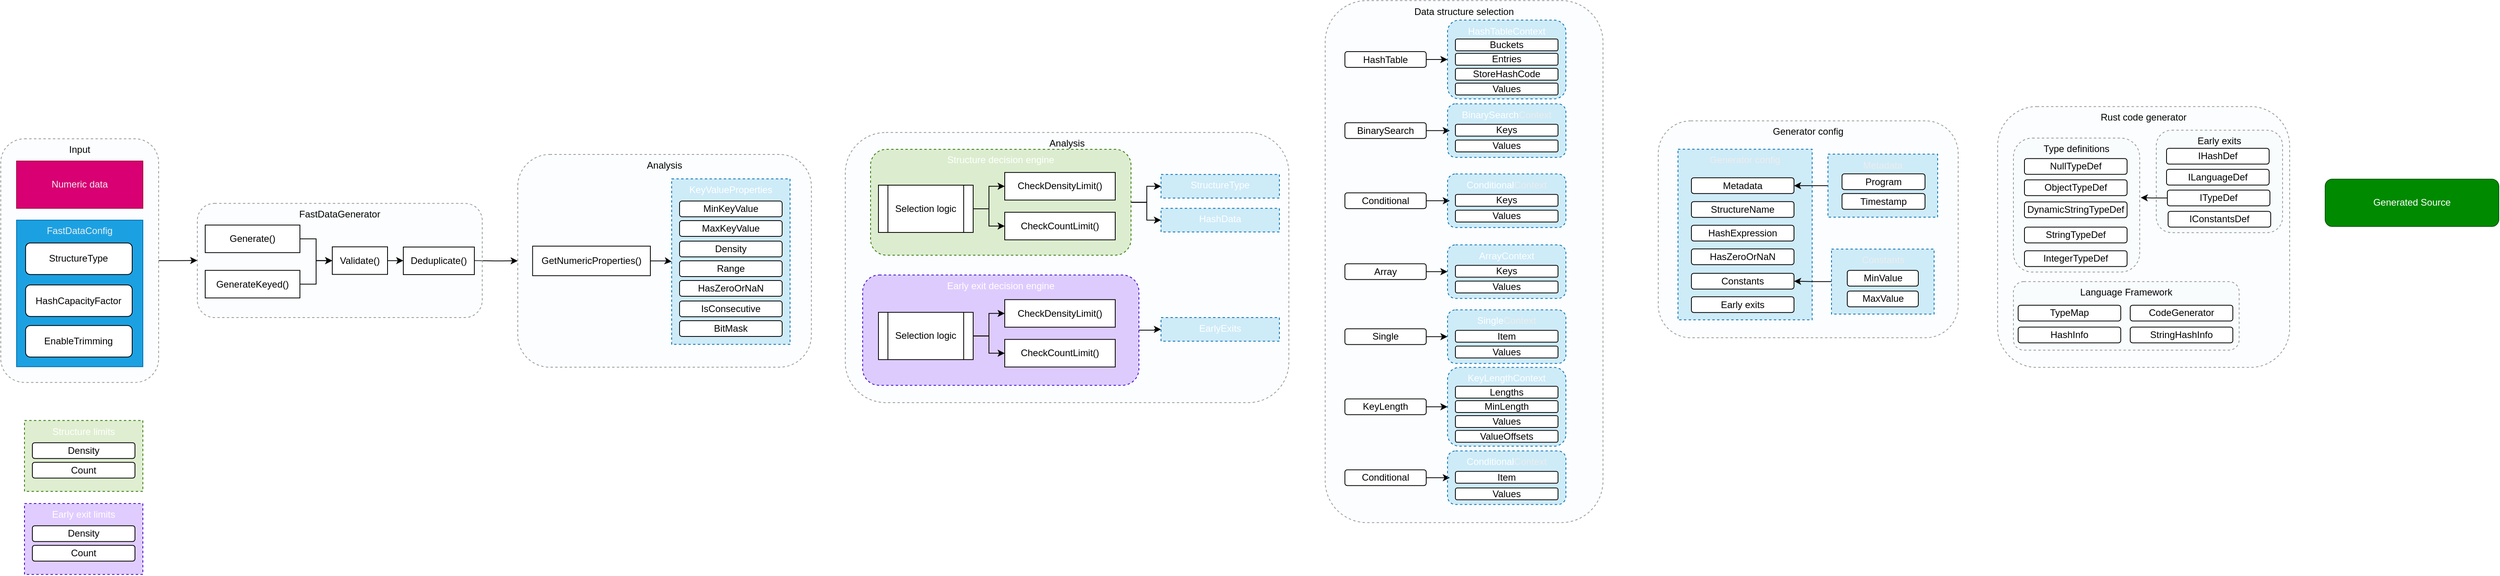
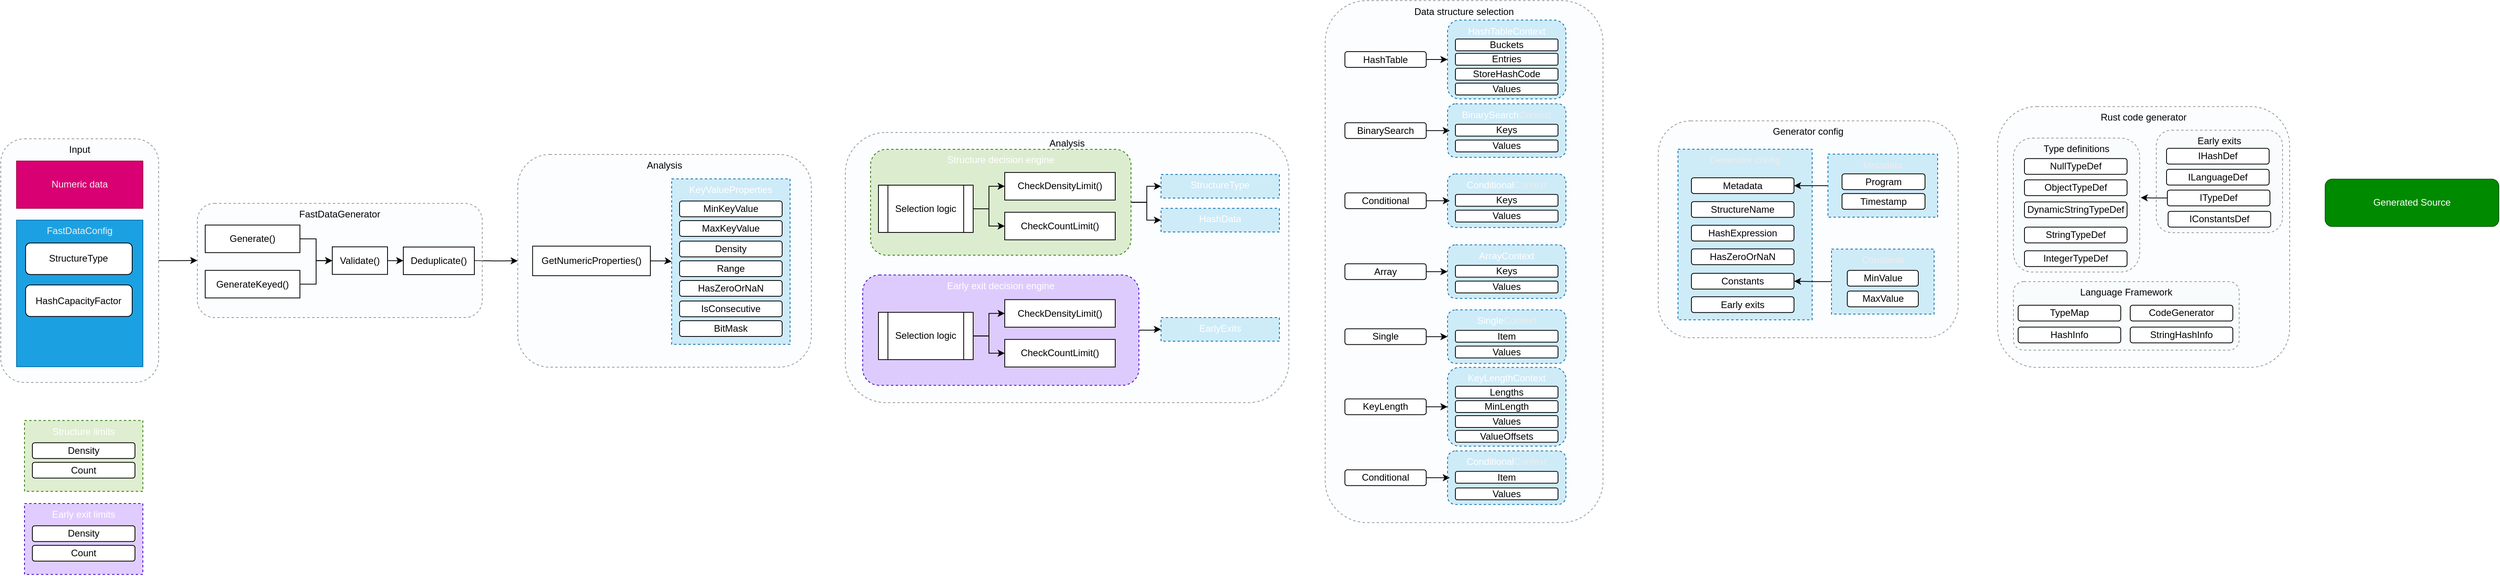
<mxfile host="Electron" agent="Mozilla/5.0 (Windows NT 10.0; Win64; x64) AppleWebKit/537.36 (KHTML, like Gecko) draw.io/29.5.2 Chrome/142.0.7444.265 Electron/39.6.1 Safari/537.36" version="29.5.2">
  <diagram id="components" name="Components">
    <mxGraphModel dx="4013" dy="2664" grid="1" gridSize="10" guides="1" tooltips="1" connect="1" arrows="1" fold="1" page="1" pageScale="1" pageWidth="2800" pageHeight="1900" math="0" shadow="0">
      <root>
        <mxCell id="0" />
        <mxCell id="1" parent="0" />
        <mxCell id="ulFWQ8rmnYkCg9cpMkj--116" parent="1" style="rounded=1;whiteSpace=wrap;html=1;strokeColor=#999999;fillColor=#eaf2fb;fillOpacity=20;dashed=1;fontColor=#000000;verticalAlign=top;" value="Analysis" vertex="1">
          <mxGeometry height="342.88" width="562" x="-300" y="-1312.88" as="geometry" />
        </mxCell>
        <mxCell id="ulFWQ8rmnYkCg9cpMkj--78" edge="1" parent="1" source="ulFWQ8rmnYkCg9cpMkj--77" style="edgeStyle=orthogonalEdgeStyle;rounded=0;orthogonalLoop=1;jettySize=auto;html=1;entryX=0;entryY=0.5;entryDx=0;entryDy=0;" target="hUysQQ9KYVmHQjwfBoQ5-416">
          <mxGeometry relative="1" as="geometry" />
        </mxCell>
        <mxCell id="ulFWQ8rmnYkCg9cpMkj--77" parent="1" style="rounded=1;whiteSpace=wrap;html=1;strokeColor=#999999;fillColor=#eaf2fb;fillOpacity=20;dashed=1;fontColor=#000000;verticalAlign=top;" value="Input" vertex="1">
          <mxGeometry height="309.25" width="200" x="-1370" y="-1304.8799999999999" as="geometry" />
        </mxCell>
        <mxCell id="hUysQQ9KYVmHQjwfBoQ5-637" parent="1" style="rounded=1;whiteSpace=wrap;html=1;strokeColor=#999999;fillColor=#eaf2fb;fillOpacity=20;dashed=1;fontColor=#000000;verticalAlign=top;movable=1;resizable=1;rotatable=1;deletable=1;editable=1;locked=0;connectable=1;" value="Rust code generator" vertex="1">
          <mxGeometry height="331.01" width="370" x="1160" y="-1345.7499999999998" as="geometry" />
        </mxCell>
        <mxCell id="N19zZhkSbhDnsZmjA9L3-223" parent="1" style="rounded=1;whiteSpace=wrap;html=1;strokeColor=#999999;fillColor=#eaf2fb;fillOpacity=20;dashed=1;fontColor=#000000;verticalAlign=top;movable=1;resizable=1;rotatable=1;deletable=1;editable=1;locked=0;connectable=1;" value="Language Framework" vertex="1">
          <mxGeometry height="87" width="286" x="1180" y="-1123.62" as="geometry" />
        </mxCell>
        <mxCell id="N19zZhkSbhDnsZmjA9L3-218" parent="1" style="rounded=1;whiteSpace=wrap;html=1;strokeColor=#999999;fillColor=#eaf2fb;fillOpacity=20;dashed=1;fontColor=#000000;verticalAlign=top;movable=1;resizable=1;rotatable=1;deletable=1;editable=1;locked=0;connectable=1;" value="Early exits" vertex="1">
          <mxGeometry height="130" width="160" x="1361" y="-1315.75" as="geometry" />
        </mxCell>
        <mxCell id="hUysQQ9KYVmHQjwfBoQ5-391" parent="1" style="rounded=1;whiteSpace=wrap;html=1;strokeColor=#999999;fillColor=#eaf2fb;fillOpacity=20;dashed=1;fontColor=#000000;verticalAlign=top;movable=1;resizable=1;rotatable=1;deletable=1;editable=1;locked=0;connectable=1;" value="Generator config" vertex="1">
          <mxGeometry height="275.25" width="380" x="730" y="-1327.62" as="geometry" />
        </mxCell>
        <mxCell id="77" parent="1" style="rounded=1;whiteSpace=wrap;html=1;fillColor=#008a00;strokeColor=#005700;fontColor=#ffffff;" value="Generated Source" vertex="1">
          <mxGeometry height="60" width="220" x="1575" y="-1253.6099999999997" as="geometry" />
        </mxCell>
        <mxCell id="ulFWQ8rmnYkCg9cpMkj--79" edge="1" parent="1" style="edgeStyle=orthogonalEdgeStyle;rounded=0;orthogonalLoop=1;jettySize=auto;html=1;entryX=0;entryY=0.5;entryDx=0;entryDy=0;" target="hUysQQ9KYVmHQjwfBoQ5-435">
          <mxGeometry relative="1" as="geometry">
            <mxPoint x="-775.0000000000005" y="-1150.428571428571" as="sourcePoint" />
          </mxGeometry>
        </mxCell>
        <mxCell id="hUysQQ9KYVmHQjwfBoQ5-416" parent="1" style="rounded=1;whiteSpace=wrap;html=1;strokeColor=#999999;fillColor=#eaf2fb;fillOpacity=20;dashed=1;fontColor=#000000;verticalAlign=top;" value="FastDataGenerator" vertex="1">
          <mxGeometry height="144.88" width="361" x="-1121" y="-1222.88" as="geometry" />
        </mxCell>
        <mxCell id="ulFWQ8rmnYkCg9cpMkj--83" edge="1" parent="1" source="hUysQQ9KYVmHQjwfBoQ5-424" style="edgeStyle=orthogonalEdgeStyle;rounded=0;orthogonalLoop=1;jettySize=auto;html=1;entryX=0;entryY=0.5;entryDx=0;entryDy=0;" target="ulFWQ8rmnYkCg9cpMkj--81">
          <mxGeometry relative="1" as="geometry" />
        </mxCell>
        <mxCell id="hUysQQ9KYVmHQjwfBoQ5-424" parent="1" style="rounded=0;whiteSpace=wrap;html=1;" value="Generate()" vertex="1">
          <mxGeometry height="35" width="120" x="-1111" y="-1195.3799999999999" as="geometry" />
        </mxCell>
        <mxCell id="ulFWQ8rmnYkCg9cpMkj--84" edge="1" parent="1" source="hUysQQ9KYVmHQjwfBoQ5-426" style="edgeStyle=orthogonalEdgeStyle;rounded=0;orthogonalLoop=1;jettySize=auto;html=1;entryX=0;entryY=0.5;entryDx=0;entryDy=0;" target="ulFWQ8rmnYkCg9cpMkj--81">
          <mxGeometry relative="1" as="geometry" />
        </mxCell>
        <mxCell id="hUysQQ9KYVmHQjwfBoQ5-426" parent="1" style="rounded=0;whiteSpace=wrap;html=1;" value="GenerateKeyed()" vertex="1">
          <mxGeometry height="35" width="120" x="-1111" y="-1137.8799999999999" as="geometry" />
        </mxCell>
        <mxCell id="hUysQQ9KYVmHQjwfBoQ5-556" parent="1" style="rounded=0;whiteSpace=wrap;html=1;strokeColor=#006EAF;fillColor=#1ba1e2;fillOpacity=20;dashed=1;fontColor=#ffffff;verticalAlign=top;movable=1;resizable=1;rotatable=1;deletable=1;editable=1;locked=0;connectable=1;" value="&lt;span style=&quot;color: rgb(237, 237, 237);&quot;&gt;Generator config&lt;/span&gt;" vertex="1">
          <mxGeometry height="216.51" width="170" x="755" y="-1291.62" as="geometry" />
        </mxCell>
        <mxCell id="hUysQQ9KYVmHQjwfBoQ5-557" parent="1" style="rounded=1;whiteSpace=wrap;fontColor=default;" value="HasZeroOrNaN" vertex="1">
          <mxGeometry height="20" width="130" x="772" y="-1165.11" as="geometry" />
        </mxCell>
        <mxCell id="hUysQQ9KYVmHQjwfBoQ5-558" parent="1" style="rounded=1;whiteSpace=wrap;fontColor=default;" value="StructureName" vertex="1">
          <mxGeometry height="20" width="130" x="772" y="-1225.11" as="geometry" />
        </mxCell>
        <mxCell id="hUysQQ9KYVmHQjwfBoQ5-559" parent="1" style="rounded=1;whiteSpace=wrap;fontColor=default;" value="Metadata" vertex="1">
          <mxGeometry height="20" width="130" x="772" y="-1255.36" as="geometry" />
        </mxCell>
        <mxCell id="hUysQQ9KYVmHQjwfBoQ5-560" parent="1" style="rounded=1;whiteSpace=wrap;fontColor=default;" value="HashExpression" vertex="1">
          <mxGeometry height="20" width="130" x="772" y="-1195.11" as="geometry" />
        </mxCell>
        <mxCell id="hUysQQ9KYVmHQjwfBoQ5-564" parent="1" style="rounded=1;whiteSpace=wrap;fontColor=default;" value="Early exits" vertex="1">
          <mxGeometry height="20" width="130" x="772" y="-1104.36" as="geometry" />
        </mxCell>
        <mxCell id="hUysQQ9KYVmHQjwfBoQ5-273" parent="1" style="rounded=1;whiteSpace=wrap;html=1;strokeColor=#999999;fillColor=#eaf2fb;fillOpacity=20;dashed=1;fontColor=#000000;verticalAlign=top;movable=1;resizable=1;rotatable=1;deletable=1;editable=1;locked=0;connectable=1;container=0;glass=0;" value="Data structure selection" vertex="1">
          <mxGeometry height="662.51" width="352" x="308" y="-1480.25" as="geometry" />
        </mxCell>
        <mxCell id="hUysQQ9KYVmHQjwfBoQ5-694" edge="1" parent="1" source="hUysQQ9KYVmHQjwfBoQ5-627" style="edgeStyle=orthogonalEdgeStyle;rounded=0;orthogonalLoop=1;jettySize=auto;html=1;entryX=0;entryY=0.5;entryDx=0;entryDy=0;" target="hUysQQ9KYVmHQjwfBoQ5-604">
          <mxGeometry relative="1" as="geometry" />
        </mxCell>
        <mxCell id="hUysQQ9KYVmHQjwfBoQ5-627" parent="1" style="rounded=1;whiteSpace=wrap;html=1;" value="HashTable" vertex="1">
          <mxGeometry height="20" width="103" x="333" y="-1415.5" as="geometry" />
        </mxCell>
        <mxCell id="hUysQQ9KYVmHQjwfBoQ5-695" edge="1" parent="1" source="hUysQQ9KYVmHQjwfBoQ5-629" style="edgeStyle=orthogonalEdgeStyle;rounded=0;orthogonalLoop=1;jettySize=auto;html=1;">
          <mxGeometry relative="1" as="geometry">
            <mxPoint x="466" y="-1315.25" as="targetPoint" />
          </mxGeometry>
        </mxCell>
        <mxCell id="hUysQQ9KYVmHQjwfBoQ5-629" parent="1" style="rounded=1;whiteSpace=wrap;html=1;" value="BinarySearch" vertex="1">
          <mxGeometry height="20" width="103" x="333" y="-1325.25" as="geometry" />
        </mxCell>
        <mxCell id="hUysQQ9KYVmHQjwfBoQ5-696" edge="1" parent="1" source="hUysQQ9KYVmHQjwfBoQ5-630" style="edgeStyle=orthogonalEdgeStyle;rounded=0;orthogonalLoop=1;jettySize=auto;html=1;">
          <mxGeometry relative="1" as="geometry">
            <mxPoint x="466" y="-1226.25" as="targetPoint" />
          </mxGeometry>
        </mxCell>
        <mxCell id="hUysQQ9KYVmHQjwfBoQ5-630" parent="1" style="rounded=1;whiteSpace=wrap;html=1;" value="Conditional" vertex="1">
          <mxGeometry height="20" width="103" x="333" y="-1236.25" as="geometry" />
        </mxCell>
        <mxCell id="hUysQQ9KYVmHQjwfBoQ5-697" edge="1" parent="1" source="hUysQQ9KYVmHQjwfBoQ5-631" style="edgeStyle=orthogonalEdgeStyle;rounded=0;orthogonalLoop=1;jettySize=auto;html=1;entryX=0;entryY=0.5;entryDx=0;entryDy=0;" target="hUysQQ9KYVmHQjwfBoQ5-675">
          <mxGeometry relative="1" as="geometry" />
        </mxCell>
        <mxCell id="hUysQQ9KYVmHQjwfBoQ5-631" parent="1" style="rounded=1;whiteSpace=wrap;html=1;" value="Array" vertex="1">
          <mxGeometry height="20" width="103" x="333" y="-1146.25" as="geometry" />
        </mxCell>
        <mxCell id="hUysQQ9KYVmHQjwfBoQ5-698" edge="1" parent="1" source="hUysQQ9KYVmHQjwfBoQ5-632" style="edgeStyle=orthogonalEdgeStyle;rounded=0;orthogonalLoop=1;jettySize=auto;html=1;entryX=0;entryY=0.5;entryDx=0;entryDy=0;" target="hUysQQ9KYVmHQjwfBoQ5-679">
          <mxGeometry relative="1" as="geometry" />
        </mxCell>
        <mxCell id="hUysQQ9KYVmHQjwfBoQ5-632" parent="1" style="rounded=1;whiteSpace=wrap;html=1;" value="Single" vertex="1">
          <mxGeometry height="20" width="103" x="333" y="-1063.74" as="geometry" />
        </mxCell>
        <mxCell id="hUysQQ9KYVmHQjwfBoQ5-699" edge="1" parent="1" source="hUysQQ9KYVmHQjwfBoQ5-633" style="edgeStyle=orthogonalEdgeStyle;rounded=0;orthogonalLoop=1;jettySize=auto;html=1;entryX=0;entryY=0.5;entryDx=0;entryDy=0;" target="hUysQQ9KYVmHQjwfBoQ5-683">
          <mxGeometry relative="1" as="geometry" />
        </mxCell>
        <mxCell id="hUysQQ9KYVmHQjwfBoQ5-633" parent="1" style="rounded=1;whiteSpace=wrap;html=1;" value="KeyLength" vertex="1">
          <mxGeometry height="20" width="103" x="333" y="-974.74" as="geometry" />
        </mxCell>
        <mxCell id="Llv1HxO23MG_x1hfBp19-207" edge="1" parent="1" source="hUysQQ9KYVmHQjwfBoQ5-634" style="edgeStyle=orthogonalEdgeStyle;rounded=0;orthogonalLoop=1;jettySize=auto;html=1;">
          <mxGeometry relative="1" as="geometry">
            <mxPoint x="466" y="-874.74" as="targetPoint" />
          </mxGeometry>
        </mxCell>
        <mxCell id="hUysQQ9KYVmHQjwfBoQ5-634" parent="1" style="rounded=1;whiteSpace=wrap;html=1;" value="Conditional" vertex="1">
          <mxGeometry height="20" width="103" x="333" y="-884.74" as="geometry" />
        </mxCell>
        <mxCell id="hUysQQ9KYVmHQjwfBoQ5-668" connectable="0" parent="1" style="group" value="" vertex="1">
          <mxGeometry height="100" width="150" x="463" y="-1455.5" as="geometry" />
        </mxCell>
        <mxCell id="hUysQQ9KYVmHQjwfBoQ5-604" parent="hUysQQ9KYVmHQjwfBoQ5-668" style="rounded=1;whiteSpace=wrap;html=1;strokeColor=#006EAF;fillColor=#1ba1e2;fillOpacity=20;dashed=1;fontColor=#ffffff;verticalAlign=top;movable=1;resizable=1;rotatable=1;deletable=1;editable=1;locked=0;connectable=1;" value="&lt;span style=&quot;color: rgb(255, 255, 255);&quot;&gt;HashTableContext&lt;/span&gt;" vertex="1">
          <mxGeometry height="100" width="150" as="geometry" />
        </mxCell>
        <mxCell id="hUysQQ9KYVmHQjwfBoQ5-605" parent="hUysQQ9KYVmHQjwfBoQ5-668" style="rounded=1;whiteSpace=wrap;html=1;" value="Entries" vertex="1">
          <mxGeometry height="15" width="130" x="10" y="42.25" as="geometry" />
        </mxCell>
        <mxCell id="hUysQQ9KYVmHQjwfBoQ5-606" parent="hUysQQ9KYVmHQjwfBoQ5-668" style="rounded=1;whiteSpace=wrap;html=1;" value="Buckets" vertex="1">
          <mxGeometry height="15" width="130" x="10" y="24" as="geometry" />
        </mxCell>
        <mxCell id="hUysQQ9KYVmHQjwfBoQ5-642" parent="hUysQQ9KYVmHQjwfBoQ5-668" style="rounded=1;whiteSpace=wrap;html=1;" value="StoreHashCode" vertex="1">
          <mxGeometry height="15" width="130" x="10" y="61.25" as="geometry" />
        </mxCell>
        <mxCell id="hUysQQ9KYVmHQjwfBoQ5-643" parent="hUysQQ9KYVmHQjwfBoQ5-668" style="rounded=1;whiteSpace=wrap;html=1;" value="Values" vertex="1">
          <mxGeometry height="15" width="130" x="10" y="80" as="geometry" />
        </mxCell>
        <mxCell id="hUysQQ9KYVmHQjwfBoQ5-669" connectable="0" parent="1" style="group" value="" vertex="1">
          <mxGeometry height="68" width="150" x="463" y="-1349.25" as="geometry" />
        </mxCell>
        <mxCell id="hUysQQ9KYVmHQjwfBoQ5-599" parent="hUysQQ9KYVmHQjwfBoQ5-669" style="rounded=1;whiteSpace=wrap;html=1;strokeColor=#006EAF;fillColor=#1ba1e2;fillOpacity=20;dashed=1;fontColor=#ffffff;verticalAlign=top;movable=1;resizable=1;rotatable=1;deletable=1;editable=1;locked=0;connectable=1;" value="&lt;span style=&quot;color: rgb(237, 237, 237);&quot;&gt;&lt;span style=&quot;color: rgb(255, 255, 255);&quot;&gt;BinarySearch&lt;/span&gt;Context&lt;/span&gt;" vertex="1">
          <mxGeometry height="68" width="150" as="geometry" />
        </mxCell>
        <mxCell id="hUysQQ9KYVmHQjwfBoQ5-600" parent="hUysQQ9KYVmHQjwfBoQ5-669" style="rounded=1;whiteSpace=wrap;html=1;" value="Values" vertex="1">
          <mxGeometry height="15" width="130" x="10" y="46" as="geometry" />
        </mxCell>
        <mxCell id="hUysQQ9KYVmHQjwfBoQ5-601" parent="hUysQQ9KYVmHQjwfBoQ5-669" style="rounded=1;whiteSpace=wrap;html=1;" value="Keys" vertex="1">
          <mxGeometry height="15" width="130" x="10" y="26" as="geometry" />
        </mxCell>
        <mxCell id="hUysQQ9KYVmHQjwfBoQ5-670" connectable="0" parent="1" style="group" value="" vertex="1">
          <mxGeometry height="68" width="150" x="463" y="-1260.25" as="geometry" />
        </mxCell>
        <mxCell id="hUysQQ9KYVmHQjwfBoQ5-671" parent="hUysQQ9KYVmHQjwfBoQ5-670" style="rounded=1;whiteSpace=wrap;html=1;strokeColor=#006EAF;fillColor=#1ba1e2;fillOpacity=20;dashed=1;fontColor=#ffffff;verticalAlign=top;movable=1;resizable=1;rotatable=1;deletable=1;editable=1;locked=0;connectable=1;" value="&lt;span style=&quot;color: rgb(255, 255, 255);&quot;&gt;Conditional&lt;/span&gt;&lt;span style=&quot;color: rgb(237, 237, 237);&quot;&gt;Context&lt;/span&gt;" vertex="1">
          <mxGeometry height="68" width="150" as="geometry" />
        </mxCell>
        <mxCell id="hUysQQ9KYVmHQjwfBoQ5-672" parent="hUysQQ9KYVmHQjwfBoQ5-670" style="rounded=1;whiteSpace=wrap;html=1;" value="Values" vertex="1">
          <mxGeometry height="15" width="130" x="10" y="46" as="geometry" />
        </mxCell>
        <mxCell id="hUysQQ9KYVmHQjwfBoQ5-673" parent="hUysQQ9KYVmHQjwfBoQ5-670" style="rounded=1;whiteSpace=wrap;html=1;" value="Keys" vertex="1">
          <mxGeometry height="15" width="130" x="10" y="26" as="geometry" />
        </mxCell>
        <mxCell id="hUysQQ9KYVmHQjwfBoQ5-674" connectable="0" parent="1" style="group" value="" vertex="1">
          <mxGeometry height="68" width="150" x="463" y="-1170.25" as="geometry" />
        </mxCell>
        <mxCell id="hUysQQ9KYVmHQjwfBoQ5-675" parent="hUysQQ9KYVmHQjwfBoQ5-674" style="rounded=1;whiteSpace=wrap;html=1;strokeColor=#006EAF;fillColor=#1ba1e2;fillOpacity=20;dashed=1;fontColor=#ffffff;verticalAlign=top;movable=1;resizable=1;rotatable=1;deletable=1;editable=1;locked=0;connectable=1;" value="&lt;span style=&quot;color: rgb(255, 255, 255);&quot;&gt;ArrayContext&lt;/span&gt;" vertex="1">
          <mxGeometry height="68" width="150" as="geometry" />
        </mxCell>
        <mxCell id="hUysQQ9KYVmHQjwfBoQ5-676" parent="hUysQQ9KYVmHQjwfBoQ5-674" style="rounded=1;whiteSpace=wrap;html=1;" value="Values" vertex="1">
          <mxGeometry height="15" width="130" x="10" y="46" as="geometry" />
        </mxCell>
        <mxCell id="hUysQQ9KYVmHQjwfBoQ5-677" parent="hUysQQ9KYVmHQjwfBoQ5-674" style="rounded=1;whiteSpace=wrap;html=1;" value="Keys" vertex="1">
          <mxGeometry height="15" width="130" x="10" y="26" as="geometry" />
        </mxCell>
        <mxCell id="hUysQQ9KYVmHQjwfBoQ5-678" connectable="0" parent="1" style="group" value="" vertex="1">
          <mxGeometry height="68" width="150" x="463" y="-1087.74" as="geometry" />
        </mxCell>
        <mxCell id="hUysQQ9KYVmHQjwfBoQ5-679" parent="hUysQQ9KYVmHQjwfBoQ5-678" style="rounded=1;whiteSpace=wrap;html=1;strokeColor=#006EAF;fillColor=#1ba1e2;fillOpacity=20;dashed=1;fontColor=#ffffff;verticalAlign=top;movable=1;resizable=1;rotatable=1;deletable=1;editable=1;locked=0;connectable=1;" value="&lt;span style=&quot;color: rgb(255, 255, 255);&quot;&gt;Single&lt;/span&gt;&lt;span style=&quot;color: rgb(237, 237, 237);&quot;&gt;Context&lt;/span&gt;" vertex="1">
          <mxGeometry height="68" width="150" as="geometry" />
        </mxCell>
        <mxCell id="hUysQQ9KYVmHQjwfBoQ5-680" parent="hUysQQ9KYVmHQjwfBoQ5-678" style="rounded=1;whiteSpace=wrap;html=1;" value="Values" vertex="1">
          <mxGeometry height="15" width="130" x="10" y="46" as="geometry" />
        </mxCell>
        <mxCell id="hUysQQ9KYVmHQjwfBoQ5-681" parent="hUysQQ9KYVmHQjwfBoQ5-678" style="rounded=1;whiteSpace=wrap;html=1;" value="Item" vertex="1">
          <mxGeometry height="15" width="130" x="10" y="26" as="geometry" />
        </mxCell>
        <mxCell id="hUysQQ9KYVmHQjwfBoQ5-682" connectable="0" parent="1" style="group" value="" vertex="1">
          <mxGeometry height="100" width="150" x="463" y="-1014.74" as="geometry" />
        </mxCell>
        <mxCell id="hUysQQ9KYVmHQjwfBoQ5-683" parent="hUysQQ9KYVmHQjwfBoQ5-682" style="rounded=1;whiteSpace=wrap;html=1;strokeColor=#006EAF;fillColor=#1ba1e2;fillOpacity=20;dashed=1;fontColor=#ffffff;verticalAlign=top;movable=1;resizable=1;rotatable=1;deletable=1;editable=1;locked=0;connectable=1;" value="&lt;span style=&quot;color: rgb(255, 255, 255);&quot;&gt;KeyLengthContext&lt;/span&gt;" vertex="1">
          <mxGeometry height="100" width="150" as="geometry" />
        </mxCell>
        <mxCell id="hUysQQ9KYVmHQjwfBoQ5-684" parent="hUysQQ9KYVmHQjwfBoQ5-682" style="rounded=1;whiteSpace=wrap;html=1;" value="MinLength" vertex="1">
          <mxGeometry height="15" width="130" x="10" y="42.25" as="geometry" />
        </mxCell>
        <mxCell id="hUysQQ9KYVmHQjwfBoQ5-685" parent="hUysQQ9KYVmHQjwfBoQ5-682" style="rounded=1;whiteSpace=wrap;html=1;" value="Lengths" vertex="1">
          <mxGeometry height="15" width="130" x="10" y="24" as="geometry" />
        </mxCell>
        <mxCell id="hUysQQ9KYVmHQjwfBoQ5-686" parent="hUysQQ9KYVmHQjwfBoQ5-682" style="rounded=1;whiteSpace=wrap;html=1;" value="Values" vertex="1">
          <mxGeometry height="15" width="130" x="10" y="61.25" as="geometry" />
        </mxCell>
        <mxCell id="hUysQQ9KYVmHQjwfBoQ5-687" parent="hUysQQ9KYVmHQjwfBoQ5-682" style="rounded=1;whiteSpace=wrap;html=1;" value="ValueOffsets" vertex="1">
          <mxGeometry height="15" width="130" x="10" y="80" as="geometry" />
        </mxCell>
        <mxCell id="hUysQQ9KYVmHQjwfBoQ5-688" connectable="0" parent="1" style="group" value="" vertex="1">
          <mxGeometry height="68" width="150" x="463" y="-908.74" as="geometry" />
        </mxCell>
        <mxCell id="hUysQQ9KYVmHQjwfBoQ5-689" parent="hUysQQ9KYVmHQjwfBoQ5-688" style="rounded=1;whiteSpace=wrap;html=1;strokeColor=#006EAF;fillColor=#1ba1e2;fillOpacity=20;dashed=1;fontColor=#ffffff;verticalAlign=top;movable=1;resizable=1;rotatable=1;deletable=1;editable=1;locked=0;connectable=1;" value="&lt;span style=&quot;color: rgb(255, 255, 255);&quot;&gt;Conditional&lt;/span&gt;&lt;span style=&quot;color: rgb(237, 237, 237);&quot;&gt;Context&lt;/span&gt;" vertex="1">
          <mxGeometry height="68" width="150" as="geometry" />
        </mxCell>
        <mxCell id="hUysQQ9KYVmHQjwfBoQ5-690" parent="hUysQQ9KYVmHQjwfBoQ5-688" style="rounded=1;whiteSpace=wrap;html=1;" value="Values" vertex="1">
          <mxGeometry height="15" width="130" x="10" y="47" as="geometry" />
        </mxCell>
        <mxCell id="hUysQQ9KYVmHQjwfBoQ5-691" parent="hUysQQ9KYVmHQjwfBoQ5-688" style="rounded=1;whiteSpace=wrap;html=1;" value="Item" vertex="1">
          <mxGeometry height="15" width="130" x="10" y="26" as="geometry" />
        </mxCell>
        <mxCell id="N19zZhkSbhDnsZmjA9L3-204" parent="1" style="rounded=1;whiteSpace=wrap;fontColor=default;" value="Constants" vertex="1">
          <mxGeometry height="20" width="130" x="772" y="-1134.11" as="geometry" />
        </mxCell>
        <mxCell id="N19zZhkSbhDnsZmjA9L3-208" edge="1" parent="1" source="hUysQQ9KYVmHQjwfBoQ5-723" style="edgeStyle=orthogonalEdgeStyle;rounded=0;orthogonalLoop=1;jettySize=auto;html=1;entryX=1;entryY=0.5;entryDx=0;entryDy=0;" target="N19zZhkSbhDnsZmjA9L3-204">
          <mxGeometry relative="1" as="geometry" />
        </mxCell>
        <mxCell id="N19zZhkSbhDnsZmjA9L3-209" edge="1" parent="1" source="hUysQQ9KYVmHQjwfBoQ5-705" style="edgeStyle=orthogonalEdgeStyle;rounded=0;orthogonalLoop=1;jettySize=auto;html=1;" target="hUysQQ9KYVmHQjwfBoQ5-559">
          <mxGeometry relative="1" as="geometry" />
        </mxCell>
        <mxCell id="N19zZhkSbhDnsZmjA9L3-211" parent="1" style="rounded=1;whiteSpace=wrap;html=1;strokeColor=#999999;fillColor=#eaf2fb;fillOpacity=20;dashed=1;fontColor=#000000;verticalAlign=top;movable=1;resizable=1;rotatable=1;deletable=1;editable=1;locked=0;connectable=1;" value="Type definitions" vertex="1">
          <mxGeometry height="170" width="160" x="1180" y="-1305.75" as="geometry" />
        </mxCell>
        <mxCell id="N19zZhkSbhDnsZmjA9L3-212" parent="1" style="rounded=1;whiteSpace=wrap;fontColor=default;" value="IConstantsDef" vertex="1">
          <mxGeometry height="20" width="130" x="1376" y="-1212.75" as="geometry" />
        </mxCell>
        <mxCell id="N19zZhkSbhDnsZmjA9L3-213" parent="1" style="rounded=1;whiteSpace=wrap;fontColor=default;" value="DynamicStringTypeDef" vertex="1">
          <mxGeometry height="20" width="130" x="1194" y="-1224.75" as="geometry" />
        </mxCell>
        <mxCell id="N19zZhkSbhDnsZmjA9L3-214" parent="1" style="rounded=1;whiteSpace=wrap;fontColor=default;" value="StringTypeDef" vertex="1">
          <mxGeometry height="20" width="130" x="1194" y="-1192.75" as="geometry" />
        </mxCell>
        <mxCell id="N19zZhkSbhDnsZmjA9L3-215" parent="1" style="rounded=1;whiteSpace=wrap;fontColor=default;" value="IntegerTypeDef" vertex="1">
          <mxGeometry height="20" width="130" x="1194" y="-1162.7499999999998" as="geometry" />
        </mxCell>
        <mxCell id="N19zZhkSbhDnsZmjA9L3-216" parent="1" style="rounded=1;whiteSpace=wrap;fontColor=default;" value="NullTypeDef" vertex="1">
          <mxGeometry height="20" width="130" x="1194" y="-1279.75" as="geometry" />
        </mxCell>
        <mxCell id="N19zZhkSbhDnsZmjA9L3-217" parent="1" style="rounded=1;whiteSpace=wrap;fontColor=default;" value="ObjectTypeDef" vertex="1">
          <mxGeometry height="20" width="130" x="1194" y="-1252.75" as="geometry" />
        </mxCell>
        <mxCell id="N19zZhkSbhDnsZmjA9L3-219" parent="1" style="rounded=1;whiteSpace=wrap;fontColor=default;" value="IHashDef" vertex="1">
          <mxGeometry height="20" width="130" x="1374" y="-1292.75" as="geometry" />
        </mxCell>
        <mxCell id="N19zZhkSbhDnsZmjA9L3-220" parent="1" style="rounded=1;whiteSpace=wrap;fontColor=default;" value="ILanguageDef" vertex="1">
          <mxGeometry height="20" width="130" x="1374" y="-1266.12" as="geometry" />
        </mxCell>
        <mxCell id="N19zZhkSbhDnsZmjA9L3-221" parent="1" style="rounded=1;whiteSpace=wrap;fontColor=default;" value="ITypeDef" vertex="1">
          <mxGeometry height="20" width="130" x="1375" y="-1239.75" as="geometry" />
        </mxCell>
        <mxCell id="N19zZhkSbhDnsZmjA9L3-222" edge="1" parent="1" source="N19zZhkSbhDnsZmjA9L3-221" style="edgeStyle=orthogonalEdgeStyle;rounded=0;orthogonalLoop=1;jettySize=auto;html=1;entryX=1.008;entryY=0.444;entryDx=0;entryDy=0;entryPerimeter=0;" target="N19zZhkSbhDnsZmjA9L3-211">
          <mxGeometry relative="1" as="geometry" />
        </mxCell>
        <mxCell id="N19zZhkSbhDnsZmjA9L3-224" parent="1" style="rounded=1;whiteSpace=wrap;fontColor=default;" value="TypeMap" vertex="1">
          <mxGeometry height="20" width="130" x="1186" y="-1093.62" as="geometry" />
        </mxCell>
        <mxCell id="N19zZhkSbhDnsZmjA9L3-225" parent="1" style="rounded=1;whiteSpace=wrap;fontColor=default;" value="HashInfo" vertex="1">
          <mxGeometry height="20" width="130" x="1186" y="-1065.87" as="geometry" />
        </mxCell>
        <mxCell id="N19zZhkSbhDnsZmjA9L3-226" parent="1" style="rounded=1;whiteSpace=wrap;fontColor=default;" value="StringHashInfo" vertex="1">
          <mxGeometry height="20" width="130" x="1328" y="-1065.87" as="geometry" />
        </mxCell>
        <mxCell id="N19zZhkSbhDnsZmjA9L3-227" parent="1" style="rounded=1;whiteSpace=wrap;fontColor=default;" value="CodeGenerator" vertex="1">
          <mxGeometry height="20" width="130" x="1328" y="-1093.62" as="geometry" />
        </mxCell>
        <mxCell id="hUysQQ9KYVmHQjwfBoQ5-532" parent="1" style="rounded=0;whiteSpace=wrap;html=1;fillColor=#d80073;fontColor=#ffffff;strokeColor=#A50040;" value="&lt;span&gt;&lt;font style=&quot;color: rgb(241, 241, 241);&quot;&gt;Numeric data&lt;/font&gt;&lt;/span&gt;" vertex="1">
          <mxGeometry height="60" width="160" x="-1350" y="-1276.6299999999999" as="geometry" />
        </mxCell>
        <mxCell id="ulFWQ8rmnYkCg9cpMkj--80" connectable="0" parent="1" style="group" value="" vertex="1">
          <mxGeometry height="186" width="160" x="-1350" y="-1201.6299999999999" as="geometry" />
        </mxCell>
        <mxCell id="hUysQQ9KYVmHQjwfBoQ5-531" parent="ulFWQ8rmnYkCg9cpMkj--80" style="rounded=0;whiteSpace=wrap;html=1;fillColor=#1ba1e2;fontColor=#ffffff;strokeColor=#006EAF;verticalAlign=top;" value="&lt;span style=&quot;color: rgb(237, 237, 237);&quot;&gt;FastDataConfig&lt;/span&gt;" vertex="1">
          <mxGeometry height="186" width="159.99999999999997" as="geometry" />
        </mxCell>
        <mxCell id="hUysQQ9KYVmHQjwfBoQ5-420" parent="ulFWQ8rmnYkCg9cpMkj--80" style="rounded=1;whiteSpace=wrap;html=1;" value="&lt;div&gt;&lt;span style=&quot;background-color: transparent; color: light-dark(rgb(0, 0, 0), rgb(237, 237, 237));&quot;&gt;StructureType&lt;/span&gt;&lt;/div&gt;" vertex="1">
          <mxGeometry height="40" width="135.06493506493504" x="11.428571428571427" y="29" as="geometry" />
        </mxCell>
        <mxCell id="hUysQQ9KYVmHQjwfBoQ5-421" parent="ulFWQ8rmnYkCg9cpMkj--80" style="rounded=1;whiteSpace=wrap;html=1;" value="HashCapacityFactor" vertex="1">
          <mxGeometry height="40" width="135.06493506493504" x="11.428571428571427" y="82.25" as="geometry" />
        </mxCell>
-         <mxCell id="hUysQQ9KYVmHQjwfBoQ5-422" parent="ulFWQ8rmnYkCg9cpMkj--80" style="rounded=1;whiteSpace=wrap;html=1;" value="EnableTrimming" vertex="1">
-           <mxGeometry height="40" width="135.06493506493504" x="11.428571428571427" y="133.76" as="geometry" />
-         </mxCell>
        <mxCell id="ulFWQ8rmnYkCg9cpMkj--85" edge="1" parent="1" source="ulFWQ8rmnYkCg9cpMkj--81" style="edgeStyle=orthogonalEdgeStyle;rounded=0;orthogonalLoop=1;jettySize=auto;html=1;" target="ulFWQ8rmnYkCg9cpMkj--82" value="">
          <mxGeometry relative="1" as="geometry" />
        </mxCell>
        <mxCell id="ulFWQ8rmnYkCg9cpMkj--81" parent="1" style="rounded=0;whiteSpace=wrap;html=1;" value="Validate()" vertex="1">
          <mxGeometry height="35" width="70" x="-950" y="-1167.75" as="geometry" />
        </mxCell>
        <mxCell id="ulFWQ8rmnYkCg9cpMkj--82" parent="1" style="rounded=0;whiteSpace=wrap;html=1;" value="Deduplicate()" vertex="1">
          <mxGeometry height="35" width="90" x="-860" y="-1167.5" as="geometry" />
        </mxCell>
        <mxCell id="hUysQQ9KYVmHQjwfBoQ5-435" parent="1" style="rounded=1;whiteSpace=wrap;html=1;strokeColor=#999999;fillColor=#eaf2fb;fillOpacity=20;dashed=1;fontColor=#000000;verticalAlign=top;" value="Analysis" vertex="1">
          <mxGeometry height="270" width="372" x="-715" y="-1285" as="geometry" />
        </mxCell>
        <mxCell id="ulFWQ8rmnYkCg9cpMkj--91" edge="1" parent="1" source="hUysQQ9KYVmHQjwfBoQ5-436" style="edgeStyle=orthogonalEdgeStyle;rounded=0;orthogonalLoop=1;jettySize=auto;html=1;entryX=0;entryY=0.5;entryDx=0;entryDy=0;" target="hUysQQ9KYVmHQjwfBoQ5-439">
          <mxGeometry relative="1" as="geometry" />
        </mxCell>
        <mxCell id="hUysQQ9KYVmHQjwfBoQ5-436" parent="1" style="rounded=0;whiteSpace=wrap;html=1;" value="GetNumericProperties()" vertex="1">
          <mxGeometry height="37.5" width="149.2" x="-696.2" y="-1168.63" as="geometry" />
        </mxCell>
        <mxCell id="ulFWQ8rmnYkCg9cpMkj--89" connectable="0" parent="1" style="group" value="" vertex="1">
          <mxGeometry height="210.1199999999999" width="150" x="-520" y="-1254.06" as="geometry" />
        </mxCell>
        <mxCell id="hUysQQ9KYVmHQjwfBoQ5-439" parent="ulFWQ8rmnYkCg9cpMkj--89" style="rounded=0;whiteSpace=wrap;html=1;strokeColor=#006EAF;fillColor=#1ba1e2;fillOpacity=20;dashed=1;fontColor=#ffffff;verticalAlign=top;movable=1;resizable=1;rotatable=1;deletable=1;editable=1;locked=0;connectable=1;" value="KeyValueProperties" vertex="1">
          <mxGeometry height="210.12" width="150" as="geometry" />
        </mxCell>
        <mxCell id="hUysQQ9KYVmHQjwfBoQ5-440" parent="ulFWQ8rmnYkCg9cpMkj--89" style="rounded=1;whiteSpace=wrap;html=1;flipH=1;legacyAnchorPoints=0;" value="MaxKeyValue" vertex="1">
          <mxGeometry height="20" width="130" x="10" y="53.11999999999989" as="geometry" />
        </mxCell>
        <mxCell id="hUysQQ9KYVmHQjwfBoQ5-441" parent="ulFWQ8rmnYkCg9cpMkj--89" style="rounded=1;whiteSpace=wrap;html=1;flipH=1;legacyAnchorPoints=0;" value="MinKeyValue" vertex="1">
          <mxGeometry height="20" width="130" x="10" y="28.24499999999989" as="geometry" />
        </mxCell>
        <mxCell id="hUysQQ9KYVmHQjwfBoQ5-442" parent="ulFWQ8rmnYkCg9cpMkj--89" style="rounded=1;whiteSpace=wrap;html=1;flipH=1;legacyAnchorPoints=0;" value="Range" vertex="1">
          <mxGeometry height="20" width="130" x="10" y="104.11999999999989" as="geometry" />
        </mxCell>
        <mxCell id="hUysQQ9KYVmHQjwfBoQ5-443" parent="ulFWQ8rmnYkCg9cpMkj--89" style="rounded=1;whiteSpace=wrap;html=1;flipH=1;legacyAnchorPoints=0;" value="HasZeroOrNaN" vertex="1">
          <mxGeometry height="20" width="130" x="10" y="129.1199999999999" as="geometry" />
        </mxCell>
        <mxCell id="hUysQQ9KYVmHQjwfBoQ5-444" parent="ulFWQ8rmnYkCg9cpMkj--89" style="rounded=1;whiteSpace=wrap;html=1;flipH=1;legacyAnchorPoints=0;" value="IsConsecutive" vertex="1">
          <mxGeometry height="20" width="130" x="10" y="155.1199999999999" as="geometry" />
        </mxCell>
        <mxCell id="ulFWQ8rmnYkCg9cpMkj--87" parent="ulFWQ8rmnYkCg9cpMkj--89" style="rounded=1;whiteSpace=wrap;html=1;flipH=1;legacyAnchorPoints=0;" value="Density" vertex="1">
          <mxGeometry height="20" width="130" x="10" y="79.11999999999989" as="geometry" />
        </mxCell>
        <mxCell id="ulFWQ8rmnYkCg9cpMkj--88" parent="ulFWQ8rmnYkCg9cpMkj--89" style="rounded=1;whiteSpace=wrap;html=1;flipH=1;legacyAnchorPoints=0;" value="BitMask" vertex="1">
          <mxGeometry height="20" width="130" x="10" y="180.1199999999999" as="geometry" />
        </mxCell>
        <mxCell id="ulFWQ8rmnYkCg9cpMkj--132" edge="1" parent="1" source="ulFWQ8rmnYkCg9cpMkj--92" style="edgeStyle=orthogonalEdgeStyle;rounded=0;orthogonalLoop=1;jettySize=auto;html=1;entryX=0;entryY=0.5;entryDx=0;entryDy=0;" target="ulFWQ8rmnYkCg9cpMkj--118">
          <mxGeometry relative="1" as="geometry" />
        </mxCell>
        <mxCell id="ulFWQ8rmnYkCg9cpMkj--133" edge="1" parent="1" source="ulFWQ8rmnYkCg9cpMkj--92" style="edgeStyle=orthogonalEdgeStyle;rounded=0;orthogonalLoop=1;jettySize=auto;html=1;" target="ulFWQ8rmnYkCg9cpMkj--128">
          <mxGeometry relative="1" as="geometry" />
        </mxCell>
        <mxCell id="ulFWQ8rmnYkCg9cpMkj--92" parent="1" style="rounded=1;whiteSpace=wrap;html=1;strokeColor=#2D7600;fillColor=#60a917;fillOpacity=20;dashed=1;fontColor=#ffffff;verticalAlign=top;" value="Structure decision engine" vertex="1">
          <mxGeometry height="134.38" width="330" x="-268" y="-1291.51" as="geometry" />
        </mxCell>
        <mxCell id="ulFWQ8rmnYkCg9cpMkj--134" edge="1" parent="1" source="ulFWQ8rmnYkCg9cpMkj--93" style="edgeStyle=orthogonalEdgeStyle;rounded=0;orthogonalLoop=1;jettySize=auto;html=1;" target="ulFWQ8rmnYkCg9cpMkj--127" value="">
          <mxGeometry relative="1" as="geometry" />
        </mxCell>
        <mxCell id="ulFWQ8rmnYkCg9cpMkj--93" parent="1" style="rounded=1;whiteSpace=wrap;html=1;strokeColor=#3700CC;fillColor=#6a00ff;fillOpacity=20;dashed=1;fontColor=#ffffff;verticalAlign=top;" value="Early exit decision engine" vertex="1">
          <mxGeometry height="140" width="350" x="-278" y="-1132" as="geometry" />
        </mxCell>
        <mxCell id="ulFWQ8rmnYkCg9cpMkj--95" parent="1" style="rounded=0;whiteSpace=wrap;html=1;strokeColor=#2D7600;fillColor=#60a917;fillOpacity=20;dashed=1;fontColor=#ffffff;verticalAlign=top;movable=1;resizable=1;rotatable=1;deletable=1;editable=1;locked=0;connectable=1;" value="Structure limits" vertex="1">
          <mxGeometry height="90" width="150" x="-1340" y="-947.37" as="geometry" />
        </mxCell>
        <mxCell id="ulFWQ8rmnYkCg9cpMkj--96" parent="1" style="rounded=1;whiteSpace=wrap;html=1;flipH=1;legacyAnchorPoints=0;" value="Count" vertex="1">
          <mxGeometry height="20" width="130" x="-1330" y="-894.2500000000001" as="geometry" />
        </mxCell>
        <mxCell id="ulFWQ8rmnYkCg9cpMkj--97" parent="1" style="rounded=1;whiteSpace=wrap;html=1;flipH=1;legacyAnchorPoints=0;" value="Density" vertex="1">
          <mxGeometry height="20" width="130" x="-1330" y="-919.1250000000001" as="geometry" />
        </mxCell>
        <mxCell id="ulFWQ8rmnYkCg9cpMkj--103" parent="1" style="rounded=0;whiteSpace=wrap;html=1;strokeColor=#3700CC;fillColor=#6a00ff;fillOpacity=20;dashed=1;fontColor=#ffffff;verticalAlign=top;movable=1;resizable=1;rotatable=1;deletable=1;editable=1;locked=0;connectable=1;" value="Early exit limits" vertex="1">
          <mxGeometry height="90" width="150" x="-1340" y="-842" as="geometry" />
        </mxCell>
        <mxCell id="ulFWQ8rmnYkCg9cpMkj--104" parent="1" style="rounded=1;whiteSpace=wrap;html=1;flipH=1;legacyAnchorPoints=0;" value="Count" vertex="1">
          <mxGeometry height="20" width="130" x="-1330" y="-788.8800000000001" as="geometry" />
        </mxCell>
        <mxCell id="ulFWQ8rmnYkCg9cpMkj--105" parent="1" style="rounded=1;whiteSpace=wrap;html=1;flipH=1;legacyAnchorPoints=0;" value="Density" vertex="1">
          <mxGeometry height="20" width="130" x="-1330" y="-813.7550000000001" as="geometry" />
        </mxCell>
        <mxCell id="ulFWQ8rmnYkCg9cpMkj--106" parent="1" style="rounded=0;whiteSpace=wrap;html=1;" value="CheckDensityLimit()" vertex="1">
          <mxGeometry height="35" width="140" x="-98" y="-1262.13" as="geometry" />
        </mxCell>
        <mxCell id="ulFWQ8rmnYkCg9cpMkj--107" parent="1" style="rounded=0;whiteSpace=wrap;html=1;" value="CheckCountLimit()" vertex="1">
          <mxGeometry height="35" width="140" x="-98" y="-1211.63" as="geometry" />
        </mxCell>
        <mxCell id="ulFWQ8rmnYkCg9cpMkj--109" edge="1" parent="1" source="ulFWQ8rmnYkCg9cpMkj--108" style="edgeStyle=orthogonalEdgeStyle;rounded=0;orthogonalLoop=1;jettySize=auto;html=1;entryX=0;entryY=0.5;entryDx=0;entryDy=0;" target="ulFWQ8rmnYkCg9cpMkj--106">
          <mxGeometry relative="1" as="geometry" />
        </mxCell>
        <mxCell id="ulFWQ8rmnYkCg9cpMkj--110" edge="1" parent="1" source="ulFWQ8rmnYkCg9cpMkj--108" style="edgeStyle=orthogonalEdgeStyle;rounded=0;orthogonalLoop=1;jettySize=auto;html=1;entryX=0;entryY=0.5;entryDx=0;entryDy=0;" target="ulFWQ8rmnYkCg9cpMkj--107">
          <mxGeometry relative="1" as="geometry" />
        </mxCell>
        <mxCell id="ulFWQ8rmnYkCg9cpMkj--108" parent="1" style="shape=process;whiteSpace=wrap;html=1;backgroundOutline=1;" value="Selection logic" vertex="1">
          <mxGeometry height="60" width="120" x="-258" y="-1246.01" as="geometry" />
        </mxCell>
        <mxCell id="ulFWQ8rmnYkCg9cpMkj--111" parent="1" style="rounded=0;whiteSpace=wrap;html=1;" value="CheckDensityLimit()" vertex="1">
          <mxGeometry height="35" width="140" x="-98" y="-1100.75" as="geometry" />
        </mxCell>
        <mxCell id="ulFWQ8rmnYkCg9cpMkj--112" parent="1" style="rounded=0;whiteSpace=wrap;html=1;" value="CheckCountLimit()" vertex="1">
          <mxGeometry height="35" width="140" x="-98" y="-1050.25" as="geometry" />
        </mxCell>
        <mxCell id="ulFWQ8rmnYkCg9cpMkj--113" edge="1" parent="1" source="ulFWQ8rmnYkCg9cpMkj--115" style="edgeStyle=orthogonalEdgeStyle;rounded=0;orthogonalLoop=1;jettySize=auto;html=1;entryX=0;entryY=0.5;entryDx=0;entryDy=0;" target="ulFWQ8rmnYkCg9cpMkj--111">
          <mxGeometry relative="1" as="geometry" />
        </mxCell>
        <mxCell id="ulFWQ8rmnYkCg9cpMkj--114" edge="1" parent="1" source="ulFWQ8rmnYkCg9cpMkj--115" style="edgeStyle=orthogonalEdgeStyle;rounded=0;orthogonalLoop=1;jettySize=auto;html=1;entryX=0;entryY=0.5;entryDx=0;entryDy=0;" target="ulFWQ8rmnYkCg9cpMkj--112">
          <mxGeometry relative="1" as="geometry" />
        </mxCell>
        <mxCell id="ulFWQ8rmnYkCg9cpMkj--115" parent="1" style="shape=process;whiteSpace=wrap;html=1;backgroundOutline=1;" value="Selection logic" vertex="1">
          <mxGeometry height="60" width="120" x="-258" y="-1084.63" as="geometry" />
        </mxCell>
        <mxCell id="ulFWQ8rmnYkCg9cpMkj--118" parent="1" style="rounded=0;whiteSpace=wrap;html=1;strokeColor=#006EAF;fillColor=#1ba1e2;fillOpacity=20;dashed=1;fontColor=#ffffff;verticalAlign=top;movable=1;resizable=1;rotatable=1;deletable=1;editable=1;locked=0;connectable=1;" value="StructureType" vertex="1">
          <mxGeometry height="30" width="150" x="100" y="-1259.6299999999999" as="geometry" />
        </mxCell>
        <mxCell id="ulFWQ8rmnYkCg9cpMkj--127" parent="1" style="rounded=0;whiteSpace=wrap;html=1;strokeColor=#006EAF;fillColor=#1ba1e2;fillOpacity=20;dashed=1;fontColor=#ffffff;verticalAlign=top;movable=1;resizable=1;rotatable=1;deletable=1;editable=1;locked=0;connectable=1;" value="EarlyExits" vertex="1">
          <mxGeometry height="30" width="150" x="100" y="-1078" as="geometry" />
        </mxCell>
        <mxCell id="ulFWQ8rmnYkCg9cpMkj--128" parent="1" style="rounded=0;whiteSpace=wrap;html=1;strokeColor=#006EAF;fillColor=#1ba1e2;fillOpacity=20;dashed=1;fontColor=#ffffff;verticalAlign=top;movable=1;resizable=1;rotatable=1;deletable=1;editable=1;locked=0;connectable=1;" value="HashData" vertex="1">
          <mxGeometry height="30" width="150" x="100" y="-1216.63" as="geometry" />
        </mxCell>
        <mxCell id="ulFWQ8rmnYkCg9cpMkj--130" connectable="0" parent="1" style="group" value="" vertex="1">
          <mxGeometry height="80" width="139" x="945" y="-1285.36" as="geometry" />
        </mxCell>
        <mxCell id="hUysQQ9KYVmHQjwfBoQ5-705" parent="ulFWQ8rmnYkCg9cpMkj--130" style="rounded=0;whiteSpace=wrap;html=1;strokeColor=#006EAF;fillColor=#1ba1e2;fillOpacity=20;dashed=1;fontColor=#ffffff;verticalAlign=top;movable=1;resizable=1;rotatable=1;deletable=1;editable=1;locked=0;connectable=1;" value="&lt;span style=&quot;color: rgb(237, 237, 237);&quot;&gt;Metadata&lt;/span&gt;" vertex="1">
          <mxGeometry height="80" width="139" as="geometry" />
        </mxCell>
        <mxCell id="hUysQQ9KYVmHQjwfBoQ5-707" parent="ulFWQ8rmnYkCg9cpMkj--130" style="rounded=1;html=1;fontColor=default;" value="Program" vertex="1">
          <mxGeometry height="20" width="105.16" x="17.839999999999918" y="25" as="geometry" />
        </mxCell>
        <mxCell id="hUysQQ9KYVmHQjwfBoQ5-708" parent="ulFWQ8rmnYkCg9cpMkj--130" style="rounded=1;html=1;fontColor=default;" value="Timestamp" vertex="1">
          <mxGeometry height="20" width="105.16" x="17.839999999999918" y="50" as="geometry" />
        </mxCell>
        <mxCell id="ulFWQ8rmnYkCg9cpMkj--131" connectable="0" parent="1" style="group" value="" vertex="1">
          <mxGeometry height="82.50999999999999" width="130" x="949.5" y="-1164.87" as="geometry" />
        </mxCell>
        <mxCell id="hUysQQ9KYVmHQjwfBoQ5-723" parent="ulFWQ8rmnYkCg9cpMkj--131" style="rounded=0;whiteSpace=wrap;html=1;strokeColor=#006EAF;fillColor=#1ba1e2;fillOpacity=20;dashed=1;fontColor=#ffffff;verticalAlign=top;movable=1;resizable=1;rotatable=1;deletable=1;editable=1;locked=0;connectable=1;" value="&lt;span style=&quot;color: rgb(237, 237, 237);&quot;&gt;Constants&lt;/span&gt;" vertex="1">
          <mxGeometry height="82.51" width="130" as="geometry" />
        </mxCell>
        <mxCell id="hUysQQ9KYVmHQjwfBoQ5-725" parent="ulFWQ8rmnYkCg9cpMkj--131" style="rounded=1;whiteSpace=wrap;fontColor=default;" value="MinValue" vertex="1">
          <mxGeometry height="20" width="90" x="20" y="27.00999999999999" as="geometry" />
        </mxCell>
        <mxCell id="hUysQQ9KYVmHQjwfBoQ5-726" parent="ulFWQ8rmnYkCg9cpMkj--131" style="rounded=1;whiteSpace=wrap;fontColor=default;" value="MaxValue" vertex="1">
          <mxGeometry height="20" width="90" x="20" y="53.25999999999999" as="geometry" />
        </mxCell>
      </root>
    </mxGraphModel>
  </diagram>
- </mxfile>
+ </mxfile>